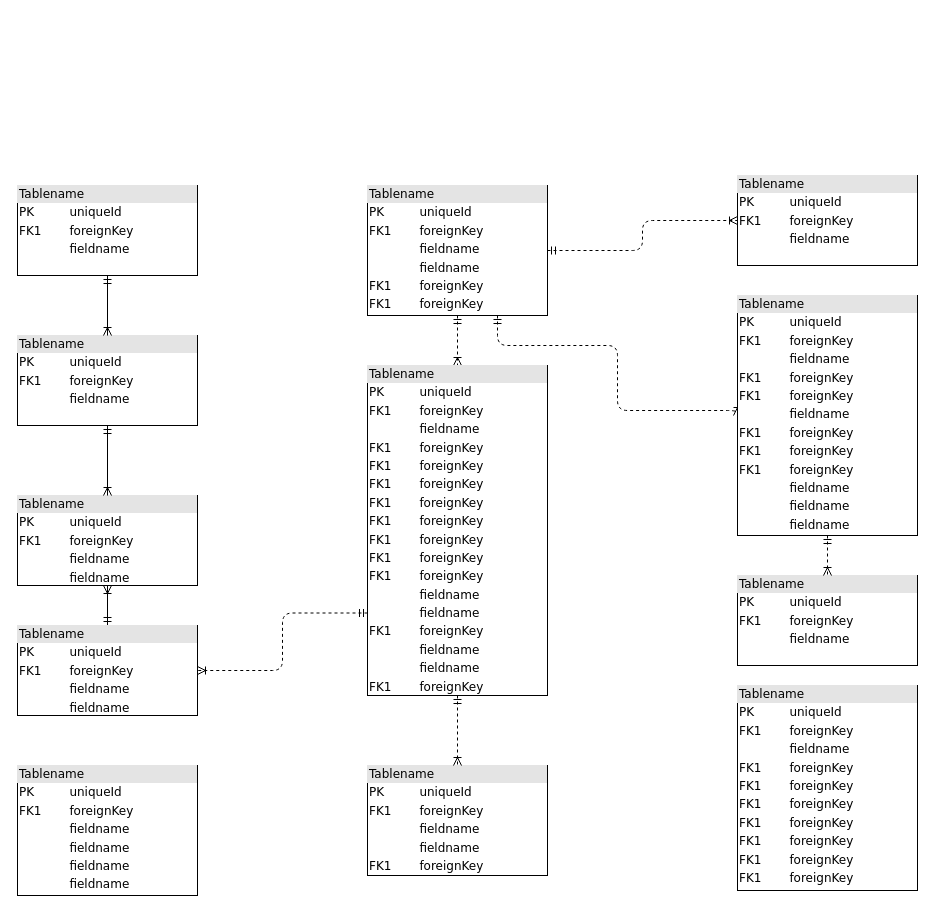
The draw.io diagram Untitled Diagram.drawio in Santos0727/Appointment, before the edit. Source tidied: cells renumbered, new cells numbered last; positions are measured from the earlier drawing's top-left corner, leaving out a move shared by most shapes. Both pictures are drawn from the tidied source at 100%, with x=0, y=0 at pixel (17, 175).
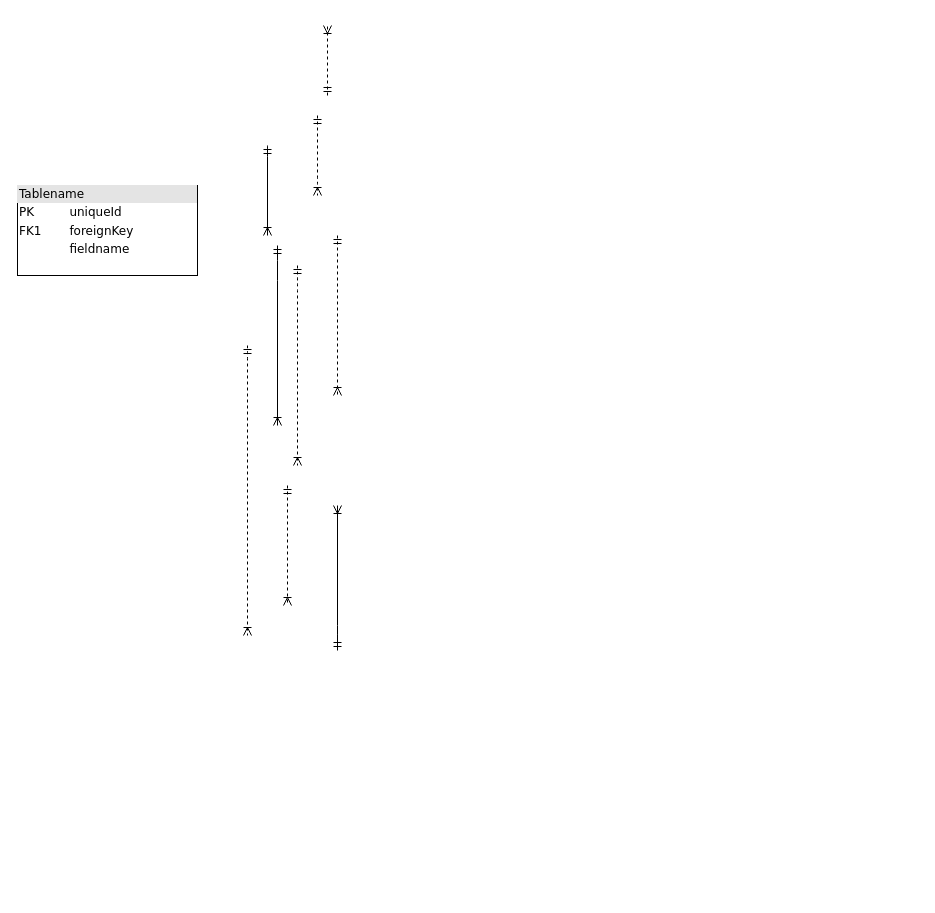
The same page after the edit.

Unchanged cells that the change refers to:
```xml
<mxCell id="2" value="&lt;div style=&quot;box-sizing:border-box;width:100%;background:#e4e4e4;padding:2px;&quot;&gt;Tablename&lt;/div&gt;&lt;table style=&quot;width:100%;font-size:1em;&quot; cellpadding=&quot;2&quot; cellspacing=&quot;0&quot;&gt;&lt;tr&gt;&lt;td&gt;PK&lt;/td&gt;&lt;td&gt;uniqueId&lt;/td&gt;&lt;/tr&gt;&lt;tr&gt;&lt;td&gt;FK1&lt;/td&gt;&lt;td&gt;foreignKey&lt;/td&gt;&lt;/tr&gt;&lt;tr&gt;&lt;td&gt;&lt;/td&gt;&lt;td&gt;fieldname&lt;/td&gt;&lt;/tr&gt;&lt;/table&gt;" style="verticalAlign=top;align=left;overflow=fill;html=1;rounded=0;shadow=0;comic=0;labelBackgroundColor=none;strokeWidth=1;fontFamily=Verdana;fontSize=12;" parent="1" vertex="1">
  <mxGeometry y="10" width="180" height="90" as="geometry" />
</mxCell>
```

What changed in the source:
```diff
@@
-    <mxCell id="3" style="edgeStyle=orthogonalEdgeStyle;html=1;entryX=0.5;entryY=0;dashed=1;labelBackgroundColor=none;startArrow=ERmandOne;endArrow=ERoneToMany;fontFamily=Verdana;fontSize=12;align=left;" parent="1" edge="1" source="6" target="16">
-      <mxGeometry relative="1" as="geometry" />
+    <mxCell id="3" style="edgeStyle=orthogonalEdgeStyle;html=1;dashed=1;labelBackgroundColor=none;startArrow=ERmandOne;endArrow=ERoneToMany;fontFamily=Verdana;fontSize=12;align=left;" parent="1" edge="1">
+      <mxGeometry relative="1" as="geometry">
+        <mxPoint x="300" y="-60" as="sourcePoint" />
+        <mxPoint x="300" y="20" as="targetPoint" />
+        <Array as="points">
+          <mxPoint x="300" y="10" />
+        </Array>
+      </mxGeometry>
     </mxCell>
-    <mxCell id="4" style="edgeStyle=orthogonalEdgeStyle;html=1;dashed=1;labelBackgroundColor=none;startArrow=ERmandOne;endArrow=ERoneToMany;fontFamily=Verdana;fontSize=12;align=left;entryX=0;entryY=0.5;" parent="1" edge="1" source="6" target="19">
+    <mxCell id="4" style="edgeStyle=orthogonalEdgeStyle;html=1;dashed=1;labelBackgroundColor=none;startArrow=ERmandOne;endArrow=ERoneToMany;fontFamily=Verdana;fontSize=12;align=left;" parent="1" edge="1">
       <mxGeometry relative="1" as="geometry">
+        <mxPoint x="280" y="90" as="sourcePoint" />
+        <mxPoint x="280" y="290" as="targetPoint" />
         <Array as="points">
-          <mxPoint x="480" y="170" />
-          <mxPoint x="600" y="170" />
-          <mxPoint x="600" y="235" />
+          <mxPoint x="280" y="105" />
         </Array>
       </mxGeometry>
     </mxCell>
-    <mxCell id="5" style="edgeStyle=orthogonalEdgeStyle;html=1;dashed=1;labelBackgroundColor=none;startArrow=ERmandOne;endArrow=ERoneToMany;fontFamily=Verdana;fontSize=12;align=left;" parent="1" edge="1" source="6" target="20">
-      <mxGeometry relative="1" as="geometry" />
+    <mxCell id="5" style="edgeStyle=orthogonalEdgeStyle;html=1;dashed=1;labelBackgroundColor=none;startArrow=ERmandOne;endArrow=ERoneToMany;fontFamily=Verdana;fontSize=12;align=left;" parent="1" edge="1">
+      <mxGeometry relative="1" as="geometry">
+        <mxPoint x="310" y="-80" as="sourcePoint" />
+        <mxPoint x="310" y="-150" as="targetPoint" />
+      </mxGeometry>
     </mxCell>
-    <mxCell id="6" value="&lt;div style=&quot;box-sizing: border-box ; width: 100% ; background: #e4e4e4 ; padding: 2px&quot;&gt;Tablename&lt;/div&gt;&lt;table style=&quot;width: 100% ; font-size: 1em&quot; cellpadding=&quot;2&quot; cellspacing=&quot;0&quot;&gt;&lt;tbody&gt;&lt;tr&gt;&lt;td&gt;PK&lt;/td&gt;&lt;td&gt;uniqueId&lt;/td&gt;&lt;/tr&gt;&lt;tr&gt;&lt;td&gt;FK1&lt;/td&gt;&lt;td&gt;foreignKey&lt;/td&gt;&lt;/tr&gt;&lt;tr&gt;&lt;td&gt;&lt;/td&gt;&lt;td&gt;fieldname&lt;/td&gt;&lt;/tr&gt;&lt;tr&gt;&lt;td&gt;&lt;br&gt;&lt;/td&gt;&lt;td&gt;fieldname&lt;br&gt;&lt;/td&gt;&lt;/tr&gt;&lt;tr&gt;&lt;td&gt;FK1&lt;br&gt;&lt;/td&gt;&lt;td&gt;foreignKey&lt;br&gt;&lt;/td&gt;&lt;/tr&gt;&lt;tr&gt;&lt;td&gt;FK1&lt;br&gt;&lt;/td&gt;&lt;td&gt;foreignKey&lt;br&gt;&lt;/td&gt;&lt;/tr&gt;&lt;/tbody&gt;&lt;/table&gt;" style="verticalAlign=top;align=left;overflow=fill;html=1;rounded=0;shadow=0;comic=0;labelBackgroundColor=none;strokeWidth=1;fontFamily=Verdana;fontSize=12;" parent="1" vertex="1">
-      <mxGeometry x="350" y="10" width="180" height="130" as="geometry" />
-    </mxCell>
-    <mxCell id="7" style="edgeStyle=orthogonalEdgeStyle;html=1;labelBackgroundColor=none;startArrow=ERmandOne;endArrow=ERoneToMany;fontFamily=Verdana;fontSize=12;align=left;" parent="1" edge="1" source="9" target="10">
-      <mxGeometry relative="1" as="geometry" />
+    <mxCell id="7" style="edgeStyle=orthogonalEdgeStyle;html=1;labelBackgroundColor=none;startArrow=ERmandOne;endArrow=ERoneToMany;fontFamily=Verdana;fontSize=12;align=left;" parent="1" edge="1">
+      <mxGeometry relative="1" as="geometry">
+        <mxPoint x="320" y="475" as="sourcePoint" />
+        <mxPoint x="320" y="330" as="targetPoint" />
+        <Array as="points">
+          <mxPoint x="320" y="460" />
+          <mxPoint x="320" y="330" />
+        </Array>
+      </mxGeometry>
     </mxCell>
-    <mxCell id="8" style="edgeStyle=orthogonalEdgeStyle;html=1;exitX=0;exitY=0.75;entryX=1;entryY=0.5;dashed=1;labelBackgroundColor=none;startArrow=ERmandOne;endArrow=ERoneToMany;fontFamily=Verdana;fontSize=12;align=left;" parent="1" edge="1" source="16" target="9">
-      <mxGeometry relative="1" as="geometry" />
+    <mxCell id="8" style="edgeStyle=orthogonalEdgeStyle;html=1;dashed=1;labelBackgroundColor=none;startArrow=ERmandOne;endArrow=ERoneToMany;fontFamily=Verdana;fontSize=12;align=left;" parent="1" edge="1">
+      <mxGeometry relative="1" as="geometry">
+        <mxPoint x="270" y="310" as="sourcePoint" />
+        <mxPoint x="270" y="430" as="targetPoint" />
+      </mxGeometry>
     </mxCell>
-    <mxCell id="9" value="&lt;div style=&quot;box-sizing: border-box ; width: 100% ; background: #e4e4e4 ; padding: 2px&quot;&gt;Tablename&lt;/div&gt;&lt;table style=&quot;width: 100% ; font-size: 1em&quot; cellpadding=&quot;2&quot; cellspacing=&quot;0&quot;&gt;&lt;tbody&gt;&lt;tr&gt;&lt;td&gt;PK&lt;/td&gt;&lt;td&gt;uniqueId&lt;/td&gt;&lt;/tr&gt;&lt;tr&gt;&lt;td&gt;FK1&lt;/td&gt;&lt;td&gt;foreignKey&lt;/td&gt;&lt;/tr&gt;&lt;tr&gt;&lt;td&gt;&lt;/td&gt;&lt;td&gt;fieldname&lt;/td&gt;&lt;/tr&gt;&lt;tr&gt;&lt;td&gt;&lt;br&gt;&lt;/td&gt;&lt;td&gt;fieldname&lt;br&gt;&lt;/td&gt;&lt;/tr&gt;&lt;/tbody&gt;&lt;/table&gt;" style="verticalAlign=top;align=left;overflow=fill;html=1;rounded=0;shadow=0;comic=0;labelBackgroundColor=none;strokeWidth=1;fontFamily=Verdana;fontSize=12;" parent="1" vertex="1">
-      <mxGeometry y="450" width="180" height="90" as="geometry" />
-    </mxCell>
-    <mxCell id="10" value="&lt;div style=&quot;box-sizing: border-box ; width: 100% ; background: #e4e4e4 ; padding: 2px&quot;&gt;Tablename&lt;/div&gt;&lt;table style=&quot;width: 100% ; font-size: 1em&quot; cellpadding=&quot;2&quot; cellspacing=&quot;0&quot;&gt;&lt;tbody&gt;&lt;tr&gt;&lt;td&gt;PK&lt;/td&gt;&lt;td&gt;uniqueId&lt;/td&gt;&lt;/tr&gt;&lt;tr&gt;&lt;td&gt;FK1&lt;/td&gt;&lt;td&gt;foreignKey&lt;/td&gt;&lt;/tr&gt;&lt;tr&gt;&lt;td&gt;&lt;/td&gt;&lt;td&gt;fieldname&lt;/td&gt;&lt;/tr&gt;&lt;tr&gt;&lt;td&gt;&lt;br&gt;&lt;/td&gt;&lt;td&gt;fieldname&lt;br&gt;&lt;/td&gt;&lt;/tr&gt;&lt;/tbody&gt;&lt;/table&gt;" style="verticalAlign=top;align=left;overflow=fill;html=1;rounded=0;shadow=0;comic=0;labelBackgroundColor=none;strokeWidth=1;fontFamily=Verdana;fontSize=12;" parent="1" vertex="1">
-      <mxGeometry y="320" width="180" height="90" as="geometry" />
-    </mxCell>
-    <mxCell id="11" style="edgeStyle=orthogonalEdgeStyle;html=1;entryX=0.5;entryY=0;labelBackgroundColor=none;startArrow=ERmandOne;endArrow=ERoneToMany;fontFamily=Verdana;fontSize=12;align=left;" parent="1" edge="1" source="12" target="10">
-      <mxGeometry relative="1" as="geometry" />
+    <mxCell id="11" style="edgeStyle=orthogonalEdgeStyle;html=1;labelBackgroundColor=none;startArrow=ERmandOne;endArrow=ERoneToMany;fontFamily=Verdana;fontSize=12;align=left;" parent="1" edge="1">
+      <mxGeometry relative="1" as="geometry">
+        <mxPoint x="260" y="70" as="sourcePoint" />
+        <mxPoint x="260" y="250" as="targetPoint" />
+        <Array as="points">
+          <mxPoint x="260" y="95" />
+          <mxPoint x="260" y="211" />
+        </Array>
+      </mxGeometry>
     </mxCell>
-    <mxCell id="12" value="&lt;div style=&quot;box-sizing:border-box;width:100%;background:#e4e4e4;padding:2px;&quot;&gt;Tablename&lt;/div&gt;&lt;table style=&quot;width:100%;font-size:1em;&quot; cellpadding=&quot;2&quot; cellspacing=&quot;0&quot;&gt;&lt;tr&gt;&lt;td&gt;PK&lt;/td&gt;&lt;td&gt;uniqueId&lt;/td&gt;&lt;/tr&gt;&lt;tr&gt;&lt;td&gt;FK1&lt;/td&gt;&lt;td&gt;foreignKey&lt;/td&gt;&lt;/tr&gt;&lt;tr&gt;&lt;td&gt;&lt;/td&gt;&lt;td&gt;fieldname&lt;/td&gt;&lt;/tr&gt;&lt;/table&gt;" style="verticalAlign=top;align=left;overflow=fill;html=1;rounded=0;shadow=0;comic=0;labelBackgroundColor=none;strokeWidth=1;fontFamily=Verdana;fontSize=12;" parent="1" vertex="1">
-      <mxGeometry y="160" width="180" height="90" as="geometry" />
-    </mxCell>
-    <mxCell id="13" value="&lt;div style=&quot;box-sizing: border-box ; width: 100% ; background: #e4e4e4 ; padding: 2px&quot;&gt;Tablename&lt;/div&gt;&lt;table style=&quot;width: 100% ; font-size: 1em&quot; cellpadding=&quot;2&quot; cellspacing=&quot;0&quot;&gt;&lt;tbody&gt;&lt;tr&gt;&lt;td&gt;PK&lt;/td&gt;&lt;td&gt;uniqueId&lt;/td&gt;&lt;/tr&gt;&lt;tr&gt;&lt;td&gt;FK1&lt;/td&gt;&lt;td&gt;foreignKey&lt;/td&gt;&lt;/tr&gt;&lt;tr&gt;&lt;td&gt;&lt;/td&gt;&lt;td&gt;fieldname&lt;/td&gt;&lt;/tr&gt;&lt;tr&gt;&lt;td&gt;FK1&lt;br&gt;&lt;/td&gt;&lt;td&gt;foreignKey&lt;br&gt;&lt;/td&gt;&lt;/tr&gt;&lt;tr&gt;&lt;td&gt;FK1&lt;br&gt;&lt;/td&gt;&lt;td&gt;foreignKey&lt;br&gt;&lt;/td&gt;&lt;/tr&gt;&lt;tr&gt;&lt;td&gt;FK1&lt;br&gt;&lt;/td&gt;&lt;td&gt;foreignKey&lt;br&gt;&lt;/td&gt;&lt;/tr&gt;&lt;tr&gt;&lt;td&gt;FK1&lt;br&gt;&lt;/td&gt;&lt;td&gt;foreignKey&lt;br&gt;&lt;/td&gt;&lt;/tr&gt;&lt;tr&gt;&lt;td&gt;FK1&lt;br&gt;&lt;/td&gt;&lt;td&gt;foreignKey&lt;br&gt;&lt;/td&gt;&lt;/tr&gt;&lt;tr&gt;&lt;td&gt;FK1&lt;br&gt;&lt;/td&gt;&lt;td&gt;foreignKey&lt;br&gt;&lt;/td&gt;&lt;/tr&gt;&lt;tr&gt;&lt;td&gt;FK1&lt;br&gt;&lt;/td&gt;&lt;td&gt;foreignKey&lt;br&gt;&lt;/td&gt;&lt;/tr&gt;&lt;/tbody&gt;&lt;/table&gt;" style="verticalAlign=top;align=left;overflow=fill;html=1;rounded=0;shadow=0;comic=0;labelBackgroundColor=none;strokeWidth=1;fontFamily=Verdana;fontSize=12;" parent="1" vertex="1">
-      <mxGeometry x="720" y="510" width="180" height="205" as="geometry" />
-    </mxCell>
-    <mxCell id="14" value="&lt;div style=&quot;box-sizing: border-box ; width: 100% ; background: #e4e4e4 ; padding: 2px&quot;&gt;Tablename&lt;/div&gt;&lt;table style=&quot;width: 100% ; font-size: 1em&quot; cellpadding=&quot;2&quot; cellspacing=&quot;0&quot;&gt;&lt;tbody&gt;&lt;tr&gt;&lt;td&gt;PK&lt;/td&gt;&lt;td&gt;uniqueId&lt;/td&gt;&lt;/tr&gt;&lt;tr&gt;&lt;td&gt;FK1&lt;/td&gt;&lt;td&gt;foreignKey&lt;/td&gt;&lt;/tr&gt;&lt;tr&gt;&lt;td&gt;&lt;/td&gt;&lt;td&gt;fieldname&lt;/td&gt;&lt;/tr&gt;&lt;tr&gt;&lt;td&gt;&lt;br&gt;&lt;/td&gt;&lt;td&gt;fieldname&lt;br&gt;&lt;/td&gt;&lt;/tr&gt;&lt;tr&gt;&lt;td&gt;FK1&lt;br&gt;&lt;/td&gt;&lt;td&gt;foreignKey&lt;br&gt;&lt;/td&gt;&lt;/tr&gt;&lt;/tbody&gt;&lt;/table&gt;" style="verticalAlign=top;align=left;overflow=fill;html=1;rounded=0;shadow=0;comic=0;labelBackgroundColor=none;strokeWidth=1;fontFamily=Verdana;fontSize=12;" parent="1" vertex="1">
-      <mxGeometry x="350" y="590" width="180" height="110" as="geometry" />
-    </mxCell>
-    <mxCell id="15" style="edgeStyle=orthogonalEdgeStyle;html=1;entryX=0.5;entryY=0;labelBackgroundColor=none;startArrow=ERmandOne;endArrow=ERoneToMany;fontFamily=Verdana;fontSize=12;align=left;dashed=1;" parent="1" edge="1" source="16" target="14">
-      <mxGeometry relative="1" as="geometry" />
+    <mxCell id="15" style="edgeStyle=orthogonalEdgeStyle;html=1;labelBackgroundColor=none;startArrow=ERmandOne;endArrow=ERoneToMany;fontFamily=Verdana;fontSize=12;align=left;dashed=1;" parent="1" edge="1">
+      <mxGeometry relative="1" as="geometry">
+        <mxPoint x="230" y="170" as="sourcePoint" />
+        <mxPoint x="230" y="460" as="targetPoint" />
+        <Array as="points">
+          <mxPoint x="230" y="175" />
+          <mxPoint x="230" y="410" />
+        </Array>
+      </mxGeometry>
     </mxCell>
-    <mxCell id="16" value="&lt;div style=&quot;box-sizing: border-box ; width: 100% ; background: #e4e4e4 ; padding: 2px&quot;&gt;Tablename&lt;/div&gt;&lt;table style=&quot;width: 100% ; font-size: 1em&quot; cellpadding=&quot;2&quot; cellspacing=&quot;0&quot;&gt;&lt;tbody&gt;&lt;tr&gt;&lt;td&gt;PK&lt;/td&gt;&lt;td&gt;uniqueId&lt;/td&gt;&lt;/tr&gt;&lt;tr&gt;&lt;td&gt;FK1&lt;/td&gt;&lt;td&gt;foreignKey&lt;/td&gt;&lt;/tr&gt;&lt;tr&gt;&lt;td&gt;&lt;/td&gt;&lt;td&gt;fieldname&lt;/td&gt;&lt;/tr&gt;&lt;tr&gt;&lt;td&gt;FK1&lt;br&gt;&lt;/td&gt;&lt;td&gt;foreignKey&lt;br&gt;&lt;/td&gt;&lt;/tr&gt;&lt;tr&gt;&lt;td&gt;FK1&lt;br&gt;&lt;/td&gt;&lt;td&gt;foreignKey&lt;br&gt;&lt;/td&gt;&lt;/tr&gt;&lt;tr&gt;&lt;td&gt;FK1&lt;br&gt;&lt;/td&gt;&lt;td&gt;foreignKey&lt;br&gt;&lt;/td&gt;&lt;/tr&gt;&lt;tr&gt;&lt;td&gt;FK1&lt;br&gt;&lt;/td&gt;&lt;td&gt;foreignKey&lt;br&gt;&lt;/td&gt;&lt;/tr&gt;&lt;tr&gt;&lt;td&gt;FK1&lt;br&gt;&lt;/td&gt;&lt;td&gt;foreignKey&lt;br&gt;&lt;/td&gt;&lt;/tr&gt;&lt;tr&gt;&lt;td&gt;FK1&lt;br&gt;&lt;/td&gt;&lt;td&gt;foreignKey&lt;br&gt;&lt;/td&gt;&lt;/tr&gt;&lt;tr&gt;&lt;td&gt;FK1&lt;br&gt;&lt;/td&gt;&lt;td&gt;foreignKey&lt;br&gt;&lt;/td&gt;&lt;/tr&gt;&lt;tr&gt;&lt;td&gt;FK1&lt;br&gt;&lt;/td&gt;&lt;td&gt;foreignKey&lt;br&gt;&lt;/td&gt;&lt;/tr&gt;&lt;tr&gt;&lt;td&gt;&lt;br&gt;&lt;/td&gt;&lt;td&gt;fieldname&lt;br&gt;&lt;/td&gt;&lt;/tr&gt;&lt;tr&gt;&lt;td&gt;&lt;br&gt;&lt;/td&gt;&lt;td&gt;fieldname&lt;br&gt;&lt;/td&gt;&lt;/tr&gt;&lt;tr&gt;&lt;td&gt;FK1&lt;br&gt;&lt;/td&gt;&lt;td&gt;foreignKey&lt;br&gt;&lt;/td&gt;&lt;/tr&gt;&lt;tr&gt;&lt;td&gt;&lt;br&gt;&lt;/td&gt;&lt;td&gt;fieldname&lt;br&gt;&lt;/td&gt;&lt;/tr&gt;&lt;tr&gt;&lt;td&gt;&lt;br&gt;&lt;/td&gt;&lt;td&gt;fieldname&lt;br&gt;&lt;/td&gt;&lt;/tr&gt;&lt;tr&gt;&lt;td&gt;FK1&lt;br&gt;&lt;/td&gt;&lt;td&gt;foreignKey&lt;br&gt;&lt;/td&gt;&lt;/tr&gt;&lt;/tbody&gt;&lt;/table&gt;" style="verticalAlign=top;align=left;overflow=fill;html=1;rounded=0;shadow=0;comic=0;labelBackgroundColor=none;strokeWidth=1;fontFamily=Verdana;fontSize=12;" parent="1" vertex="1">
-      <mxGeometry x="350" y="190" width="180" height="330" as="geometry" />
-    </mxCell>
-    <mxCell id="17" value="&lt;div style=&quot;box-sizing:border-box;width:100%;background:#e4e4e4;padding:2px;&quot;&gt;Tablename&lt;/div&gt;&lt;table style=&quot;width:100%;font-size:1em;&quot; cellpadding=&quot;2&quot; cellspacing=&quot;0&quot;&gt;&lt;tr&gt;&lt;td&gt;PK&lt;/td&gt;&lt;td&gt;uniqueId&lt;/td&gt;&lt;/tr&gt;&lt;tr&gt;&lt;td&gt;FK1&lt;/td&gt;&lt;td&gt;foreignKey&lt;/td&gt;&lt;/tr&gt;&lt;tr&gt;&lt;td&gt;&lt;/td&gt;&lt;td&gt;fieldname&lt;/td&gt;&lt;/tr&gt;&lt;/table&gt;" style="verticalAlign=top;align=left;overflow=fill;html=1;rounded=0;shadow=0;comic=0;labelBackgroundColor=none;strokeWidth=1;fontFamily=Verdana;fontSize=12;" parent="1" vertex="1">
-      <mxGeometry x="720" y="400" width="180" height="90" as="geometry" />
-    </mxCell>
-    <mxCell id="18" style="edgeStyle=orthogonalEdgeStyle;html=1;entryX=0.5;entryY=0;dashed=1;labelBackgroundColor=none;startArrow=ERmandOne;endArrow=ERoneToMany;fontFamily=Verdana;fontSize=12;align=left;" parent="1" edge="1" source="19" target="17">
-      <mxGeometry relative="1" as="geometry" />
+    <mxCell id="18" style="edgeStyle=orthogonalEdgeStyle;html=1;dashed=1;labelBackgroundColor=none;startArrow=ERmandOne;endArrow=ERoneToMany;fontFamily=Verdana;fontSize=12;align=left;" parent="1" edge="1">
+      <mxGeometry relative="1" as="geometry">
+        <mxPoint x="320" y="60" as="sourcePoint" />
+        <mxPoint x="320" y="220" as="targetPoint" />
+        <Array as="points">
+          <mxPoint x="320" y="60" />
+          <mxPoint x="320" y="220" />
+        </Array>
+      </mxGeometry>
     </mxCell>
-    <mxCell id="19" value="&lt;div style=&quot;box-sizing: border-box ; width: 100% ; background: #e4e4e4 ; padding: 2px&quot;&gt;Tablename&lt;/div&gt;&lt;table style=&quot;width: 100% ; font-size: 1em&quot; cellpadding=&quot;2&quot; cellspacing=&quot;0&quot;&gt;&lt;tbody&gt;&lt;tr&gt;&lt;td&gt;PK&lt;/td&gt;&lt;td&gt;uniqueId&lt;/td&gt;&lt;/tr&gt;&lt;tr&gt;&lt;td&gt;FK1&lt;/td&gt;&lt;td&gt;foreignKey&lt;/td&gt;&lt;/tr&gt;&lt;tr&gt;&lt;td&gt;&lt;/td&gt;&lt;td&gt;fieldname&lt;/td&gt;&lt;/tr&gt;&lt;tr&gt;&lt;td&gt;FK1&lt;br&gt;&lt;/td&gt;&lt;td&gt;foreignKey&lt;br&gt;&lt;/td&gt;&lt;/tr&gt;&lt;tr&gt;&lt;td&gt;FK1&lt;br&gt;&lt;/td&gt;&lt;td&gt;foreignKey&lt;br&gt;&lt;/td&gt;&lt;/tr&gt;&lt;tr&gt;&lt;td&gt;&lt;br&gt;&lt;/td&gt;&lt;td&gt;fieldname&lt;br&gt;&lt;/td&gt;&lt;/tr&gt;&lt;tr&gt;&lt;td&gt;FK1&lt;br&gt;&lt;/td&gt;&lt;td&gt;foreignKey&lt;br&gt;&lt;/td&gt;&lt;/tr&gt;&lt;tr&gt;&lt;td&gt;FK1&lt;br&gt;&lt;/td&gt;&lt;td&gt;foreignKey&lt;br&gt;&lt;/td&gt;&lt;/tr&gt;&lt;tr&gt;&lt;td&gt;FK1&lt;br&gt;&lt;/td&gt;&lt;td&gt;foreignKey&lt;br&gt;&lt;/td&gt;&lt;/tr&gt;&lt;tr&gt;&lt;td&gt;&lt;br&gt;&lt;/td&gt;&lt;td&gt;fieldname&lt;br&gt;&lt;/td&gt;&lt;/tr&gt;&lt;tr&gt;&lt;td&gt;&lt;br&gt;&lt;/td&gt;&lt;td&gt;fieldname&lt;br&gt;&lt;/td&gt;&lt;/tr&gt;&lt;tr&gt;&lt;td&gt;&lt;br&gt;&lt;/td&gt;&lt;td&gt;fieldname&lt;br&gt;&lt;/td&gt;&lt;/tr&gt;&lt;/tbody&gt;&lt;/table&gt;" style="verticalAlign=top;align=left;overflow=fill;html=1;rounded=0;shadow=0;comic=0;labelBackgroundColor=none;strokeWidth=1;fontFamily=Verdana;fontSize=12;" parent="1" vertex="1">
-      <mxGeometry x="720" y="120" width="180" height="240" as="geometry" />
-    </mxCell>
-    <mxCell id="20" value="&lt;div style=&quot;box-sizing:border-box;width:100%;background:#e4e4e4;padding:2px;&quot;&gt;Tablename&lt;/div&gt;&lt;table style=&quot;width:100%;font-size:1em;&quot; cellpadding=&quot;2&quot; cellspacing=&quot;0&quot;&gt;&lt;tr&gt;&lt;td&gt;PK&lt;/td&gt;&lt;td&gt;uniqueId&lt;/td&gt;&lt;/tr&gt;&lt;tr&gt;&lt;td&gt;FK1&lt;/td&gt;&lt;td&gt;foreignKey&lt;/td&gt;&lt;/tr&gt;&lt;tr&gt;&lt;td&gt;&lt;/td&gt;&lt;td&gt;fieldname&lt;/td&gt;&lt;/tr&gt;&lt;/table&gt;" style="verticalAlign=top;align=left;overflow=fill;html=1;rounded=0;shadow=0;comic=0;labelBackgroundColor=none;strokeWidth=1;fontFamily=Verdana;fontSize=12;" parent="1" vertex="1">
-      <mxGeometry x="720" width="180" height="90" as="geometry" />
-    </mxCell>
-    <mxCell id="21" value="&lt;div style=&quot;box-sizing: border-box ; width: 100% ; background: #e4e4e4 ; padding: 2px&quot;&gt;Tablename&lt;/div&gt;&lt;table style=&quot;width: 100% ; font-size: 1em&quot; cellpadding=&quot;2&quot; cellspacing=&quot;0&quot;&gt;&lt;tbody&gt;&lt;tr&gt;&lt;td&gt;PK&lt;/td&gt;&lt;td&gt;uniqueId&lt;/td&gt;&lt;/tr&gt;&lt;tr&gt;&lt;td&gt;FK1&lt;/td&gt;&lt;td&gt;foreignKey&lt;/td&gt;&lt;/tr&gt;&lt;tr&gt;&lt;td&gt;&lt;/td&gt;&lt;td&gt;fieldname&lt;/td&gt;&lt;/tr&gt;&lt;tr&gt;&lt;td&gt;&lt;br&gt;&lt;/td&gt;&lt;td&gt;fieldname&lt;br&gt;&lt;/td&gt;&lt;/tr&gt;&lt;tr&gt;&lt;td&gt;&lt;br&gt;&lt;/td&gt;&lt;td&gt;fieldname&lt;br&gt;&lt;/td&gt;&lt;/tr&gt;&lt;tr&gt;&lt;td&gt;&lt;br&gt;&lt;/td&gt;&lt;td&gt;fieldname&lt;br&gt;&lt;/td&gt;&lt;/tr&gt;&lt;/tbody&gt;&lt;/table&gt;" style="verticalAlign=top;align=left;overflow=fill;html=1;rounded=0;shadow=0;comic=0;labelBackgroundColor=none;strokeWidth=1;fontFamily=Verdana;fontSize=12;" parent="1" vertex="1">
-      <mxGeometry y="590" width="180" height="130" as="geometry" />
-    </mxCell>
-    <mxCell id="22" style="edgeStyle=orthogonalEdgeStyle;html=1;endArrow=ERoneToMany;startArrow=ERmandOne;labelBackgroundColor=none;fontFamily=Verdana;fontSize=12;align=left;exitX=0.5;exitY=1;entryX=0.5;entryY=0;" parent="1" edge="1" source="2" target="12">
-      <mxGeometry relative="1" as="geometry" />
+    <mxCell id="22" style="edgeStyle=orthogonalEdgeStyle;html=1;endArrow=ERoneToMany;startArrow=ERmandOne;labelBackgroundColor=none;fontFamily=Verdana;fontSize=12;align=left;" parent="1" edge="1">
+      <mxGeometry relative="1" as="geometry">
+        <mxPoint x="250" y="-30" as="sourcePoint" />
+        <mxPoint x="250" y="60" as="targetPoint" />
+        <Array as="points">
+          <mxPoint x="250" y="-29" />
+          <mxPoint x="250" y="31" />
+        </Array>
+      </mxGeometry>
     </mxCell>
```
